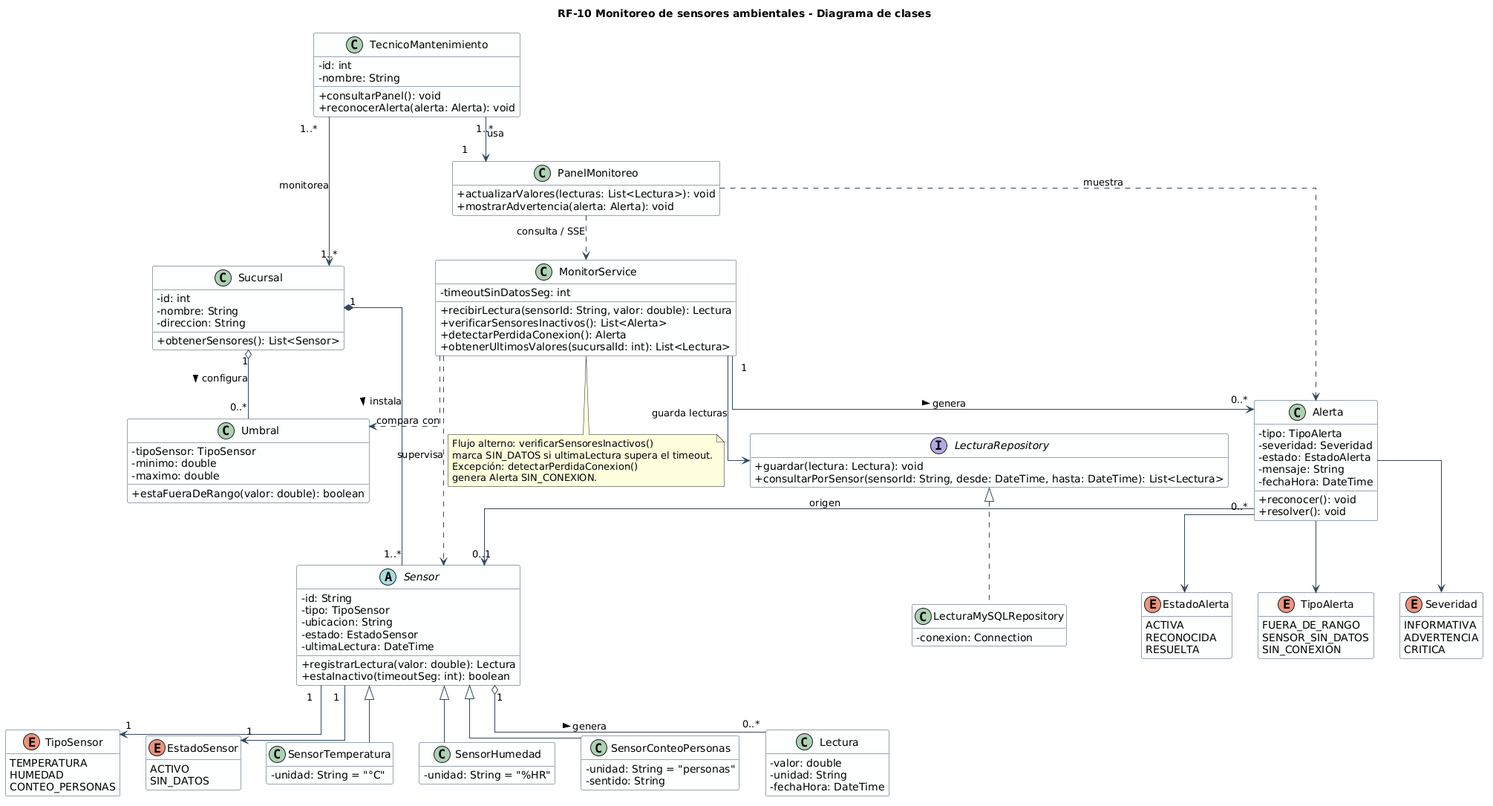
Before: etapa3/semana12-avance1/diagramas/clases_rf10.png, a diagram exported from PlantUML (Reas0nt/BookVerse).
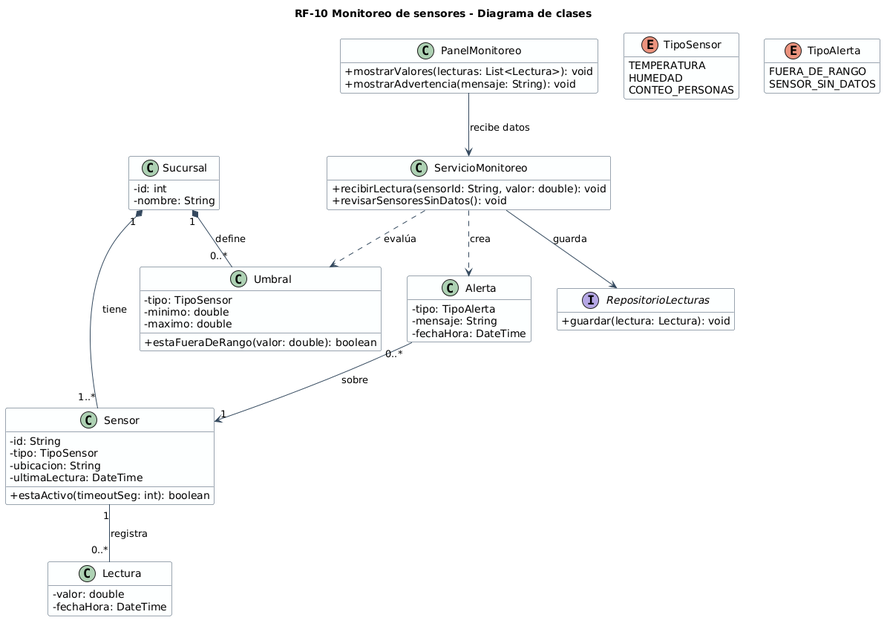
The same file after the commit.

Commit message:
refactor(etapa3): simplify RF-10 UML and architecture diagrams

What changed in the source:
```diff
@@ -1,8 +1,7 @@
 @startuml clases_rf10
-title RF-10 Monitoreo de sensores ambientales - Diagrama de clases
+title RF-10 Monitoreo de sensores - Diagrama de clases
 skinparam classAttributeIconSize 0
 skinparam shadowing false
-skinparam linetype ortho
 skinparam class {
   BackgroundColor #FDFEFE
   BorderColor #34495E
@@ -10,73 +9,26 @@
 }
 hide empty members
 
-enum TipoSensor {
-  TEMPERATURA
-  HUMEDAD
-  CONTEO_PERSONAS
-}
-
-enum EstadoSensor {
-  ACTIVO
-  SIN_DATOS
-}
-
-enum TipoAlerta {
-  FUERA_DE_RANGO
-  SENSOR_SIN_DATOS
-  SIN_CONEXION
-}
-
-enum Severidad {
-  INFORMATIVA
-  ADVERTENCIA
-  CRITICA
-}
-
-enum EstadoAlerta {
-  ACTIVA
-  RECONOCIDA
-  RESUELTA
-}
-
 class Sucursal {
   - id: int
   - nombre: String
-  - direccion: String
-  + obtenerSensores(): List<Sensor>
 }
 
-abstract class Sensor {
+class Sensor {
   - id: String
   - tipo: TipoSensor
   - ubicacion: String
-  - estado: EstadoSensor
   - ultimaLectura: DateTime
-  + registrarLectura(valor: double): Lectura
-  + estaInactivo(timeoutSeg: int): boolean
-}
-
-class SensorTemperatura {
-  - unidad: String = "°C"
-}
-
-class SensorHumedad {
-  - unidad: String = "%HR"
-}
-
-class SensorConteoPersonas {
-  - unidad: String = "personas"
-  - sentido: String
+  + estaActivo(timeoutSeg: int): boolean
 }
 
 class Lectura {
   - valor: double
-  - unidad: String
   - fechaHora: DateTime
 }
 
 class Umbral {
-  - tipoSensor: TipoSensor
+  - tipo: TipoSensor
   - minimo: double
   - maximo: double
   + estaFueraDeRango(valor: double): boolean
@@ -84,72 +36,43 @@
 
 class Alerta {
   - tipo: TipoAlerta
-  - severidad: Severidad
-  - estado: EstadoAlerta
   - mensaje: String
   - fechaHora: DateTime
-  + reconocer(): void
-  + resolver(): void
 }
 
-class MonitorService {
-  - timeoutSinDatosSeg: int
-  + recibirLectura(sensorId: String, valor: double): Lectura
-  + verificarSensoresInactivos(): List<Alerta>
-  + detectarPerdidaConexion(): Alerta
-  + obtenerUltimosValores(sucursalId: int): List<Lectura>
+class ServicioMonitoreo {
+  + recibirLectura(sensorId: String, valor: double): void
+  + revisarSensoresSinDatos(): void
 }
 
-interface LecturaRepository {
+interface RepositorioLecturas {
   + guardar(lectura: Lectura): void
-  + consultarPorSensor(sensorId: String, desde: DateTime, hasta: DateTime): List<Lectura>
-}
-
-class LecturaMySQLRepository {
-  - conexion: Connection
 }
 
 class PanelMonitoreo {
-  + actualizarValores(lecturas: List<Lectura>): void
-  + mostrarAdvertencia(alerta: Alerta): void
+  + mostrarValores(lecturas: List<Lectura>): void
+  + mostrarAdvertencia(mensaje: String): void
 }
 
-class TecnicoMantenimiento {
-  - id: int
-  - nombre: String
-  + consultarPanel(): void
-  + reconocerAlerta(alerta: Alerta): void
+enum TipoSensor {
+  TEMPERATURA
+  HUMEDAD
+  CONTEO_PERSONAS
 }
 
-Sensor <|-- SensorTemperatura
-Sensor <|-- SensorHumedad
-Sensor <|-- SensorConteoPersonas
+enum TipoAlerta {
+  FUERA_DE_RANGO
+  SENSOR_SIN_DATOS
+}
 
-Sucursal "1" *-- "1..*" Sensor : instala >
-Sensor "1" o-- "0..*" Lectura : genera >
-Sensor "1" --> "1" TipoSensor
-Sensor "1" --> "1" EstadoSensor
-Sucursal "1" o-- "0..*" Umbral : configura >
+Sucursal "1" *-- "1..*" Sensor : tiene
+Sucursal "1" *-- "0..*" Umbral : define
+Sensor "1" -- "0..*" Lectura : registra
+Alerta "0..*" --> "1" Sensor : sobre
 
-MonitorService ..> Sensor : supervisa
-MonitorService ..> Umbral : compara con
-MonitorService "1" --> "0..*" Alerta : genera >
-MonitorService --> LecturaRepository : guarda lecturas
-LecturaRepository <|.. LecturaMySQLRepository
-Alerta "0..*" --> "0..1" Sensor : origen
-Alerta --> TipoAlerta
-Alerta --> Severidad
-Alerta --> EstadoAlerta
+ServicioMonitoreo ..> Umbral : evalúa
+ServicioMonitoreo ..> Alerta : crea
+ServicioMonitoreo --> RepositorioLecturas : guarda
+PanelMonitoreo --> ServicioMonitoreo : recibe datos
 
-PanelMonitoreo ..> MonitorService : consulta / SSE
-PanelMonitoreo ..> Alerta : muestra
-TecnicoMantenimiento "1..*" --> "1" PanelMonitoreo : usa
-TecnicoMantenimiento "1..*" --> "1..*" Sucursal : monitorea
-
-note bottom of MonitorService
-  Flujo alterno: verificarSensoresInactivos()
-  marca SIN_DATOS si ultimaLectura supera el timeout.
-  Excepción: detectarPerdidaConexion()
-  genera Alerta SIN_CONEXION.
-end note
 @enduml
```
